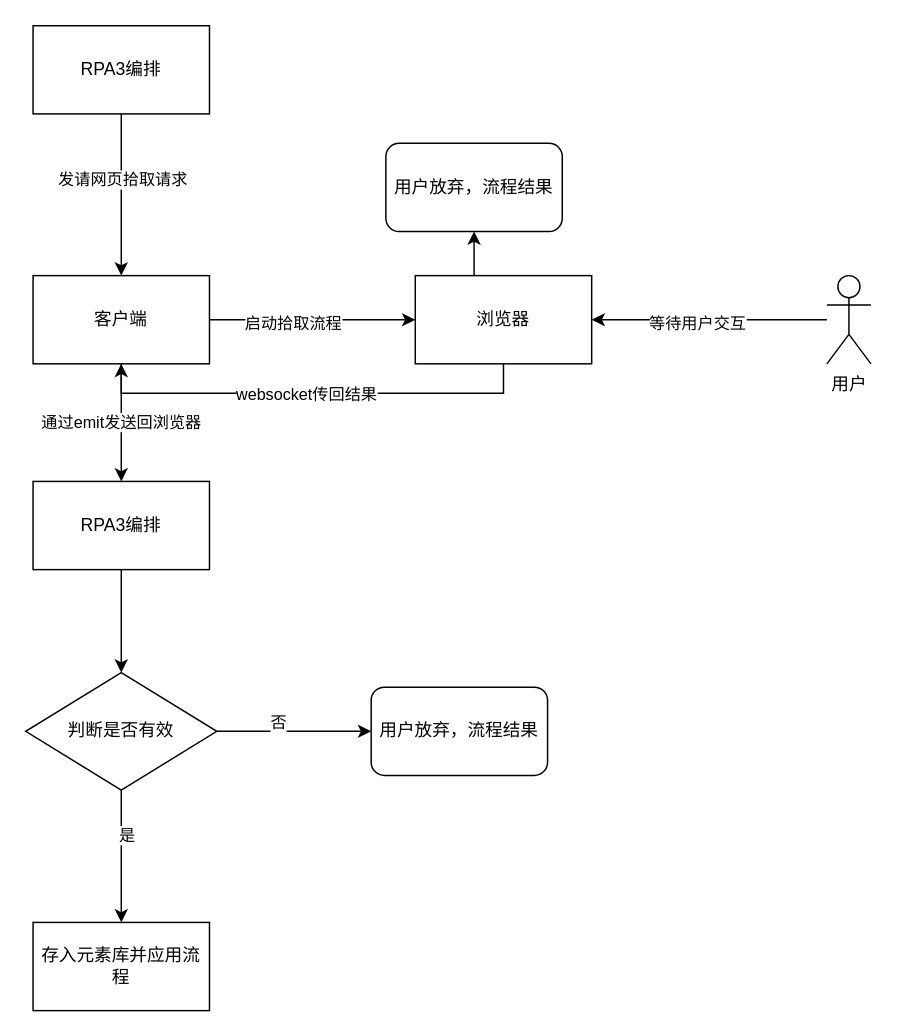
This is 元素采集流程.drawio from hijimo/flow-pics, a draw.io file, before an edit. Source tidied: cells renumbered, new cells numbered last; positions are measured from the earlier drawing's top-left corner, leaving out a move shared by most shapes. Both pictures are drawn from the tidied source at 147%, with x=0, y=0 at pixel (25, 25).
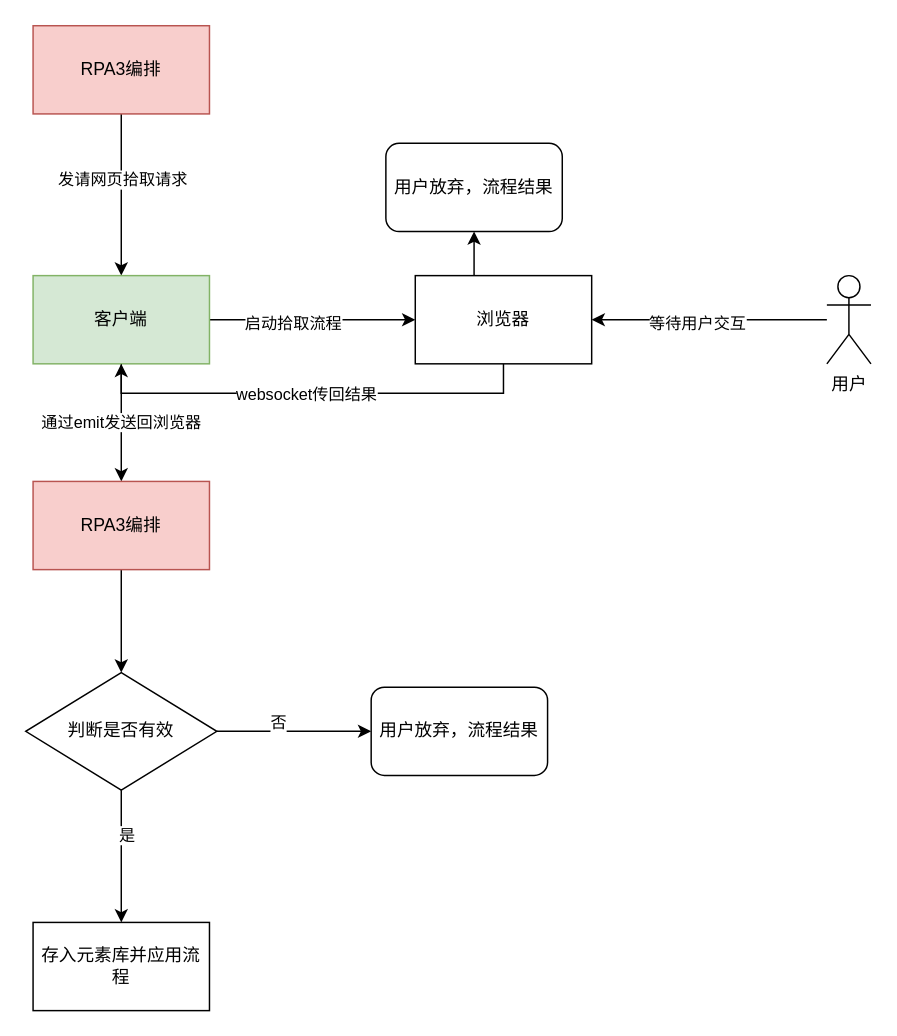
After the change.

Commit message (it also covers changes not shown here):
更新元素采集流程.drawio

The edit, as a diff of the source:
```diff
@@
-    <mxCell id="4" value="RPA3编排" style="rounded=0;whiteSpace=wrap;html=1;" parent="1" vertex="1">
+    <mxCell id="4" value="RPA3编排" style="rounded=0;whiteSpace=wrap;html=1;fillColor=#f8cecc;strokeColor=#b85450;" parent="1" vertex="1">
       <mxGeometry x="5" width="120" height="60" as="geometry" />
     </mxCell>
@@
-    <mxCell id="8" value="客户端" style="rounded=0;whiteSpace=wrap;html=1;" parent="1" vertex="1">
+    <mxCell id="8" value="客户端" style="rounded=0;whiteSpace=wrap;html=1;fillColor=#d5e8d4;strokeColor=#82b366;" parent="1" vertex="1">
       <mxGeometry x="5" y="170" width="120" height="60" as="geometry" />
     </mxCell>
@@
-    <mxCell id="18" value="RPA3编排" style="whiteSpace=wrap;html=1;rounded=0;" parent="1" vertex="1">
+    <mxCell id="18" value="RPA3编排" style="whiteSpace=wrap;html=1;rounded=0;fillColor=#f8cecc;strokeColor=#b85450;" parent="1" vertex="1">
       <mxGeometry x="5" y="310" width="120" height="60" as="geometry" />
     </mxCell>
```
